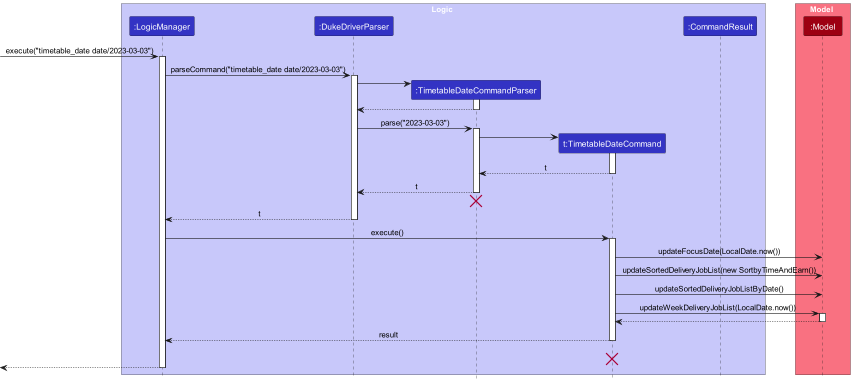
This is docs/images/TimetableDateSequenceDiagram.png from nus-cs2103-AY2223S2/tp, a PlantUML export, as it was before one commit. Its source is kept beside it as docs/diagrams/TimetableDateSequenceDiagram.puml.
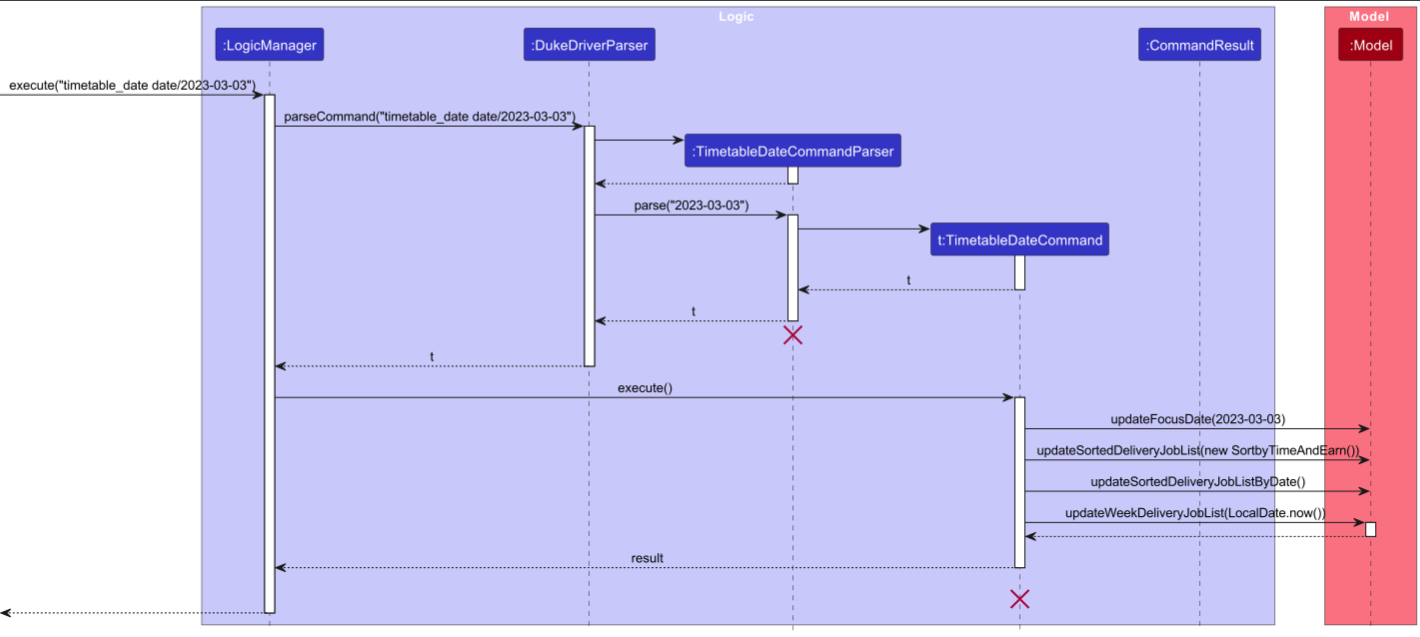
The same file after the commit.

Change to the diagram source:
```diff
@@ -47,7 +47,7 @@
 
 activate TimetableDateCommand
 
-TimetableDateCommand -> Model : updateFocusDate(LocalDate.now())
+TimetableDateCommand -> Model : updateFocusDate(2023-03-03)
 TimetableDateCommand -> Model : updateSortedDeliveryJobList(new SortbyTimeAndEarn())
 TimetableDateCommand -> Model : updateSortedDeliveryJobListByDate()
 TimetableDateCommand -> Model : updateWeekDeliveryJobList(LocalDate.now())
```
